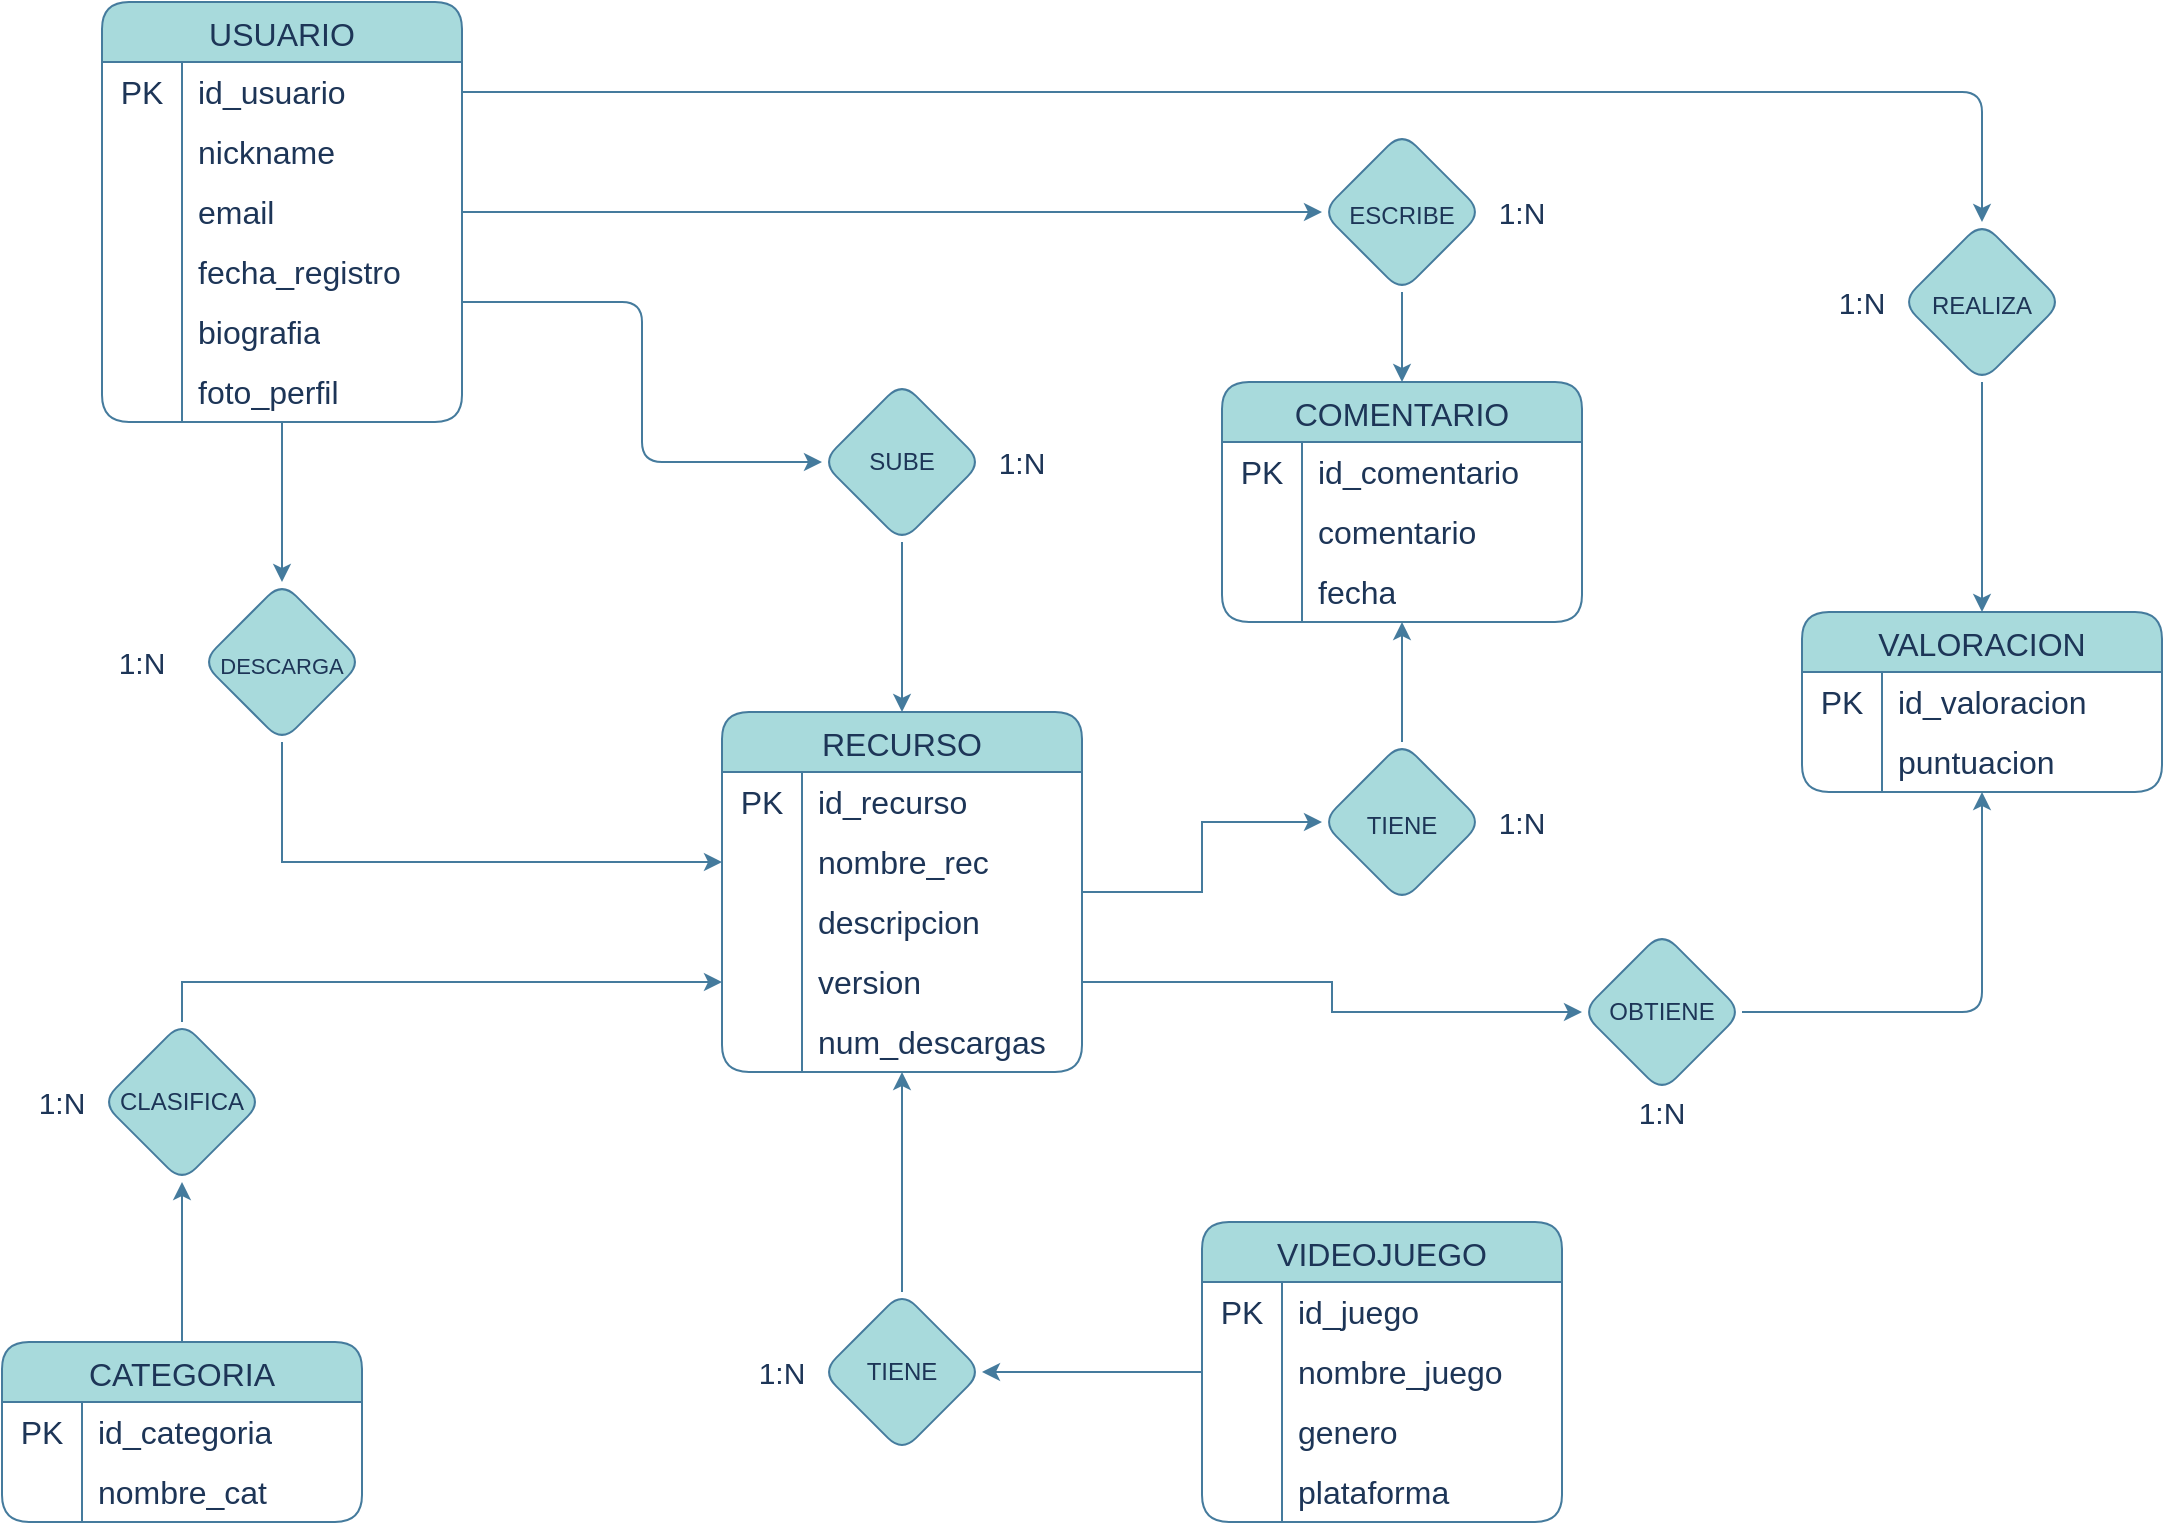
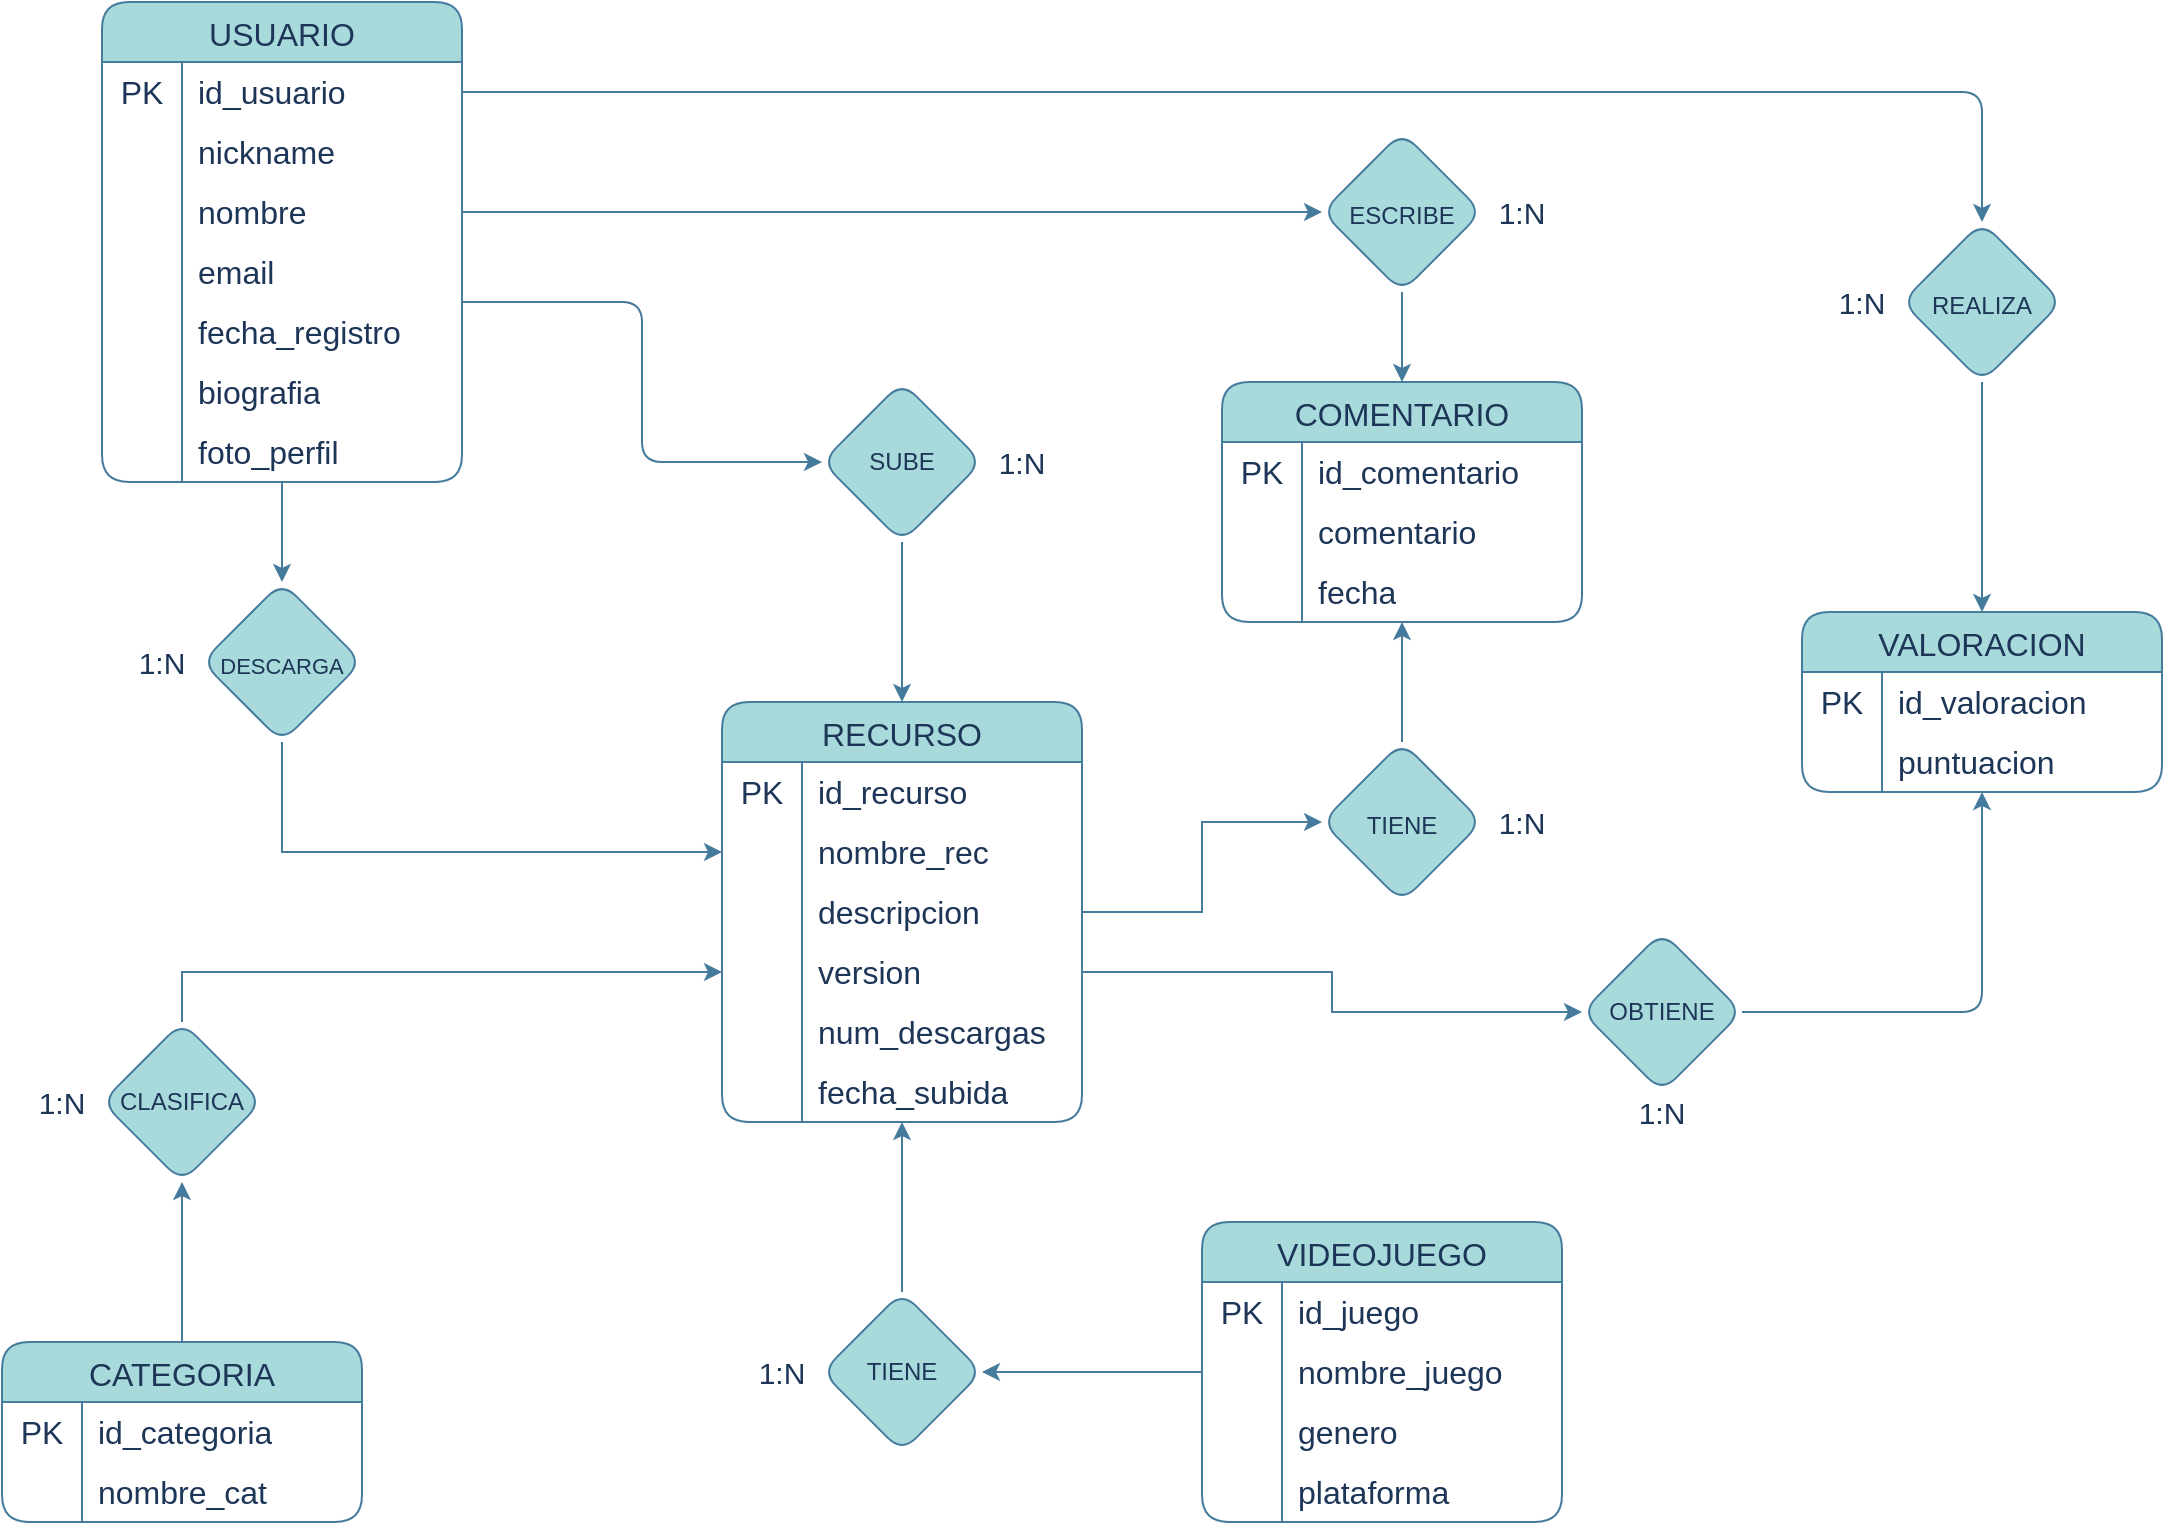
<mxfile host="app.diagrams.net">
  <diagram name="Página-1" id="9a6q3LWTS3DBxyCVmeDB">
-     <mxGraphModel dx="1414" dy="811" grid="1" gridSize="10" guides="1" tooltips="1" connect="1" arrows="1" fold="1" page="1" pageScale="1" pageWidth="200" pageHeight="200" background="#FFFFFF" math="0" shadow="0">
+     <mxGraphModel dx="1414" dy="777" grid="1" gridSize="10" guides="1" tooltips="1" connect="1" arrows="1" fold="1" page="1" pageScale="1" pageWidth="200" pageHeight="200" background="#FFFFFF" math="0" shadow="0">
      <root>
        <mxCell id="0" />
        <mxCell id="1" parent="0" />
        <mxCell id="FBgO6iseP9ge0tZemkm4-217" edge="1" parent="1" source="FBgO6iseP9ge0tZemkm4-5" style="edgeStyle=orthogonalEdgeStyle;rounded=1;orthogonalLoop=1;jettySize=auto;html=1;labelBackgroundColor=none;strokeColor=#457B9D;fontColor=default;" target="FBgO6iseP9ge0tZemkm4-84">
          <mxGeometry relative="1" as="geometry" />
        </mxCell>
        <mxCell id="FBgO6iseP9ge0tZemkm4-5" parent="1" style="rhombus;whiteSpace=wrap;html=1;labelBackgroundColor=none;fillColor=#A8DADC;strokeColor=#457B9D;fontColor=#1D3557;rounded=1;" value="SUBE" vertex="1">
          <mxGeometry height="80" width="80" x="490" y="210" as="geometry" />
        </mxCell>
        <mxCell id="VDJINIl23ddN00WfUO2x-1" edge="1" parent="1" source="FBgO6iseP9ge0tZemkm4-11" style="edgeStyle=orthogonalEdgeStyle;rounded=1;orthogonalLoop=1;jettySize=auto;html=1;labelBackgroundColor=none;strokeColor=#457B9D;fontColor=default;" target="FBgO6iseP9ge0tZemkm4-84">
          <mxGeometry relative="1" as="geometry" />
        </mxCell>
        <mxCell id="FBgO6iseP9ge0tZemkm4-11" parent="1" style="rhombus;whiteSpace=wrap;html=1;labelBackgroundColor=none;fillColor=#A8DADC;strokeColor=#457B9D;fontColor=#1D3557;rounded=1;" value="TIENE" vertex="1">
          <mxGeometry height="80" width="80" x="490" y="665" as="geometry" />
        </mxCell>
        <mxCell id="MxZbsdBwbGWVuQCQ6bTP-13" edge="1" parent="1" source="FBgO6iseP9ge0tZemkm4-15" style="edgeStyle=orthogonalEdgeStyle;rounded=0;orthogonalLoop=1;jettySize=auto;html=1;labelBackgroundColor=none;strokeColor=#457B9D;fontColor=default;" target="FBgO6iseP9ge0tZemkm4-94">
          <mxGeometry relative="1" as="geometry" />
        </mxCell>
        <mxCell id="FBgO6iseP9ge0tZemkm4-15" parent="1" style="rhombus;whiteSpace=wrap;html=1;rounded=1;labelBackgroundColor=none;fillColor=#A8DADC;strokeColor=#457B9D;fontColor=#1D3557;" value="CLASIFICA" vertex="1">
          <mxGeometry height="80" width="80" x="130" y="530" as="geometry" />
        </mxCell>
        <mxCell id="FBgO6iseP9ge0tZemkm4-18" parent="1" style="text;html=1;whiteSpace=wrap;strokeColor=none;fillColor=none;align=center;verticalAlign=middle;rounded=1;labelBackgroundColor=none;fontColor=#1D3557;" value="&lt;font style=&quot;font-size: 15px;&quot;&gt;1:N&lt;/font&gt;" vertex="1">
          <mxGeometry height="30" width="60" x="80" y="555" as="geometry" />
        </mxCell>
        <mxCell id="FBgO6iseP9ge0tZemkm4-216" edge="1" parent="1" source="FBgO6iseP9ge0tZemkm4-34" style="edgeStyle=orthogonalEdgeStyle;rounded=1;orthogonalLoop=1;jettySize=auto;html=1;labelBackgroundColor=none;strokeColor=#457B9D;fontColor=default;" target="FBgO6iseP9ge0tZemkm4-5">
          <mxGeometry relative="1" as="geometry">
            <Array as="points">
              <mxPoint x="400" y="170" />
              <mxPoint x="400" y="250" />
            </Array>
          </mxGeometry>
        </mxCell>
        <mxCell id="MxZbsdBwbGWVuQCQ6bTP-35" edge="1" parent="1" source="FBgO6iseP9ge0tZemkm4-34" style="edgeStyle=orthogonalEdgeStyle;rounded=0;orthogonalLoop=1;jettySize=auto;html=1;strokeColor=#457B9D;fontColor=#1D3557;fillColor=#A8DADC;" target="MxZbsdBwbGWVuQCQ6bTP-34" value="">
          <mxGeometry relative="1" as="geometry" />
        </mxCell>
        <mxCell id="FBgO6iseP9ge0tZemkm4-34" parent="1" style="shape=table;startSize=30;container=1;collapsible=0;childLayout=tableLayout;fixedRows=1;rowLines=0;fontStyle=0;strokeColor=#457B9D;fontSize=16;labelBackgroundColor=none;fillColor=#A8DADC;fontColor=#1D3557;rounded=1;" value="USUARIO" vertex="1">
-           <mxGeometry height="210" width="180" x="130" y="20" as="geometry" />
+           <mxGeometry height="240" width="180" x="130" y="20" as="geometry" />
        </mxCell>
        <mxCell id="FBgO6iseP9ge0tZemkm4-35" parent="FBgO6iseP9ge0tZemkm4-34" style="shape=tableRow;horizontal=0;startSize=0;swimlaneHead=0;swimlaneBody=0;top=0;left=0;bottom=0;right=0;collapsible=0;dropTarget=0;fillColor=none;points=[[0,0.5],[1,0.5]];portConstraint=eastwest;strokeColor=#457B9D;fontSize=16;labelBackgroundColor=none;fontColor=#1D3557;rounded=1;" value="" vertex="1">
          <mxGeometry height="30" width="180" y="30" as="geometry" />
        </mxCell>
        <mxCell id="FBgO6iseP9ge0tZemkm4-36" parent="FBgO6iseP9ge0tZemkm4-35" style="shape=partialRectangle;html=1;whiteSpace=wrap;connectable=0;fillColor=none;top=0;left=0;bottom=0;right=0;overflow=hidden;pointerEvents=1;strokeColor=#457B9D;fontSize=16;labelBackgroundColor=none;fontColor=#1D3557;rounded=1;" value="PK" vertex="1">
          <mxGeometry height="30" width="40" as="geometry">
            <mxRectangle height="30" width="40" as="alternateBounds" />
          </mxGeometry>
        </mxCell>
        <mxCell id="FBgO6iseP9ge0tZemkm4-37" parent="FBgO6iseP9ge0tZemkm4-35" style="shape=partialRectangle;html=1;whiteSpace=wrap;connectable=0;fillColor=none;top=0;left=0;bottom=0;right=0;align=left;spacingLeft=6;overflow=hidden;strokeColor=#457B9D;fontSize=16;labelBackgroundColor=none;fontColor=#1D3557;rounded=1;" value="id_usuario" vertex="1">
          <mxGeometry height="30" width="140" x="40" as="geometry">
            <mxRectangle height="30" width="140" as="alternateBounds" />
          </mxGeometry>
        </mxCell>
        <mxCell id="FBgO6iseP9ge0tZemkm4-38" parent="FBgO6iseP9ge0tZemkm4-34" style="shape=tableRow;horizontal=0;startSize=0;swimlaneHead=0;swimlaneBody=0;top=0;left=0;bottom=0;right=0;collapsible=0;dropTarget=0;fillColor=none;points=[[0,0.5],[1,0.5]];portConstraint=eastwest;strokeColor=#457B9D;fontSize=16;labelBackgroundColor=none;fontColor=#1D3557;rounded=1;" value="" vertex="1">
          <mxGeometry height="30" width="180" y="60" as="geometry" />
        </mxCell>
        <mxCell id="FBgO6iseP9ge0tZemkm4-39" parent="FBgO6iseP9ge0tZemkm4-38" style="shape=partialRectangle;html=1;whiteSpace=wrap;connectable=0;fillColor=none;top=0;left=0;bottom=0;right=0;overflow=hidden;strokeColor=#457B9D;fontSize=16;labelBackgroundColor=none;fontColor=#1D3557;rounded=1;" value="" vertex="1">
          <mxGeometry height="30" width="40" as="geometry">
            <mxRectangle height="30" width="40" as="alternateBounds" />
          </mxGeometry>
        </mxCell>
        <mxCell id="FBgO6iseP9ge0tZemkm4-40" parent="FBgO6iseP9ge0tZemkm4-38" style="shape=partialRectangle;html=1;whiteSpace=wrap;connectable=0;fillColor=none;top=0;left=0;bottom=0;right=0;align=left;spacingLeft=6;overflow=hidden;strokeColor=#457B9D;fontSize=16;labelBackgroundColor=none;fontColor=#1D3557;rounded=1;" value="nickname" vertex="1">
          <mxGeometry height="30" width="140" x="40" as="geometry">
            <mxRectangle height="30" width="140" as="alternateBounds" />
          </mxGeometry>
        </mxCell>
        <mxCell id="FBgO6iseP9ge0tZemkm4-41" parent="FBgO6iseP9ge0tZemkm4-34" style="shape=tableRow;horizontal=0;startSize=0;swimlaneHead=0;swimlaneBody=0;top=0;left=0;bottom=0;right=0;collapsible=0;dropTarget=0;fillColor=none;points=[[0,0.5],[1,0.5]];portConstraint=eastwest;strokeColor=#457B9D;fontSize=16;labelBackgroundColor=none;fontColor=#1D3557;rounded=1;" value="" vertex="1">
          <mxGeometry height="30" width="180" y="90" as="geometry" />
        </mxCell>
        <mxCell id="FBgO6iseP9ge0tZemkm4-42" parent="FBgO6iseP9ge0tZemkm4-41" style="shape=partialRectangle;html=1;whiteSpace=wrap;connectable=0;fillColor=none;top=0;left=0;bottom=0;right=0;overflow=hidden;strokeColor=#457B9D;fontSize=16;labelBackgroundColor=none;fontColor=#1D3557;rounded=1;" value="" vertex="1">
          <mxGeometry height="30" width="40" as="geometry">
            <mxRectangle height="30" width="40" as="alternateBounds" />
          </mxGeometry>
        </mxCell>
-         <mxCell id="FBgO6iseP9ge0tZemkm4-43" parent="FBgO6iseP9ge0tZemkm4-41" style="shape=partialRectangle;html=1;whiteSpace=wrap;connectable=0;fillColor=none;top=0;left=0;bottom=0;right=0;align=left;spacingLeft=6;overflow=hidden;strokeColor=#457B9D;fontSize=16;labelBackgroundColor=none;fontColor=#1D3557;rounded=1;" value="email" vertex="1">
+         <mxCell id="FBgO6iseP9ge0tZemkm4-43" parent="FBgO6iseP9ge0tZemkm4-41" style="shape=partialRectangle;html=1;whiteSpace=wrap;connectable=0;fillColor=none;top=0;left=0;bottom=0;right=0;align=left;spacingLeft=6;overflow=hidden;strokeColor=#457B9D;fontSize=16;labelBackgroundColor=none;fontColor=#1D3557;rounded=1;" value="nombre" vertex="1">
          <mxGeometry height="30" width="140" x="40" as="geometry">
            <mxRectangle height="30" width="140" as="alternateBounds" />
          </mxGeometry>
        </mxCell>
        <mxCell id="FBgO6iseP9ge0tZemkm4-45" parent="FBgO6iseP9ge0tZemkm4-34" style="shape=tableRow;horizontal=0;startSize=0;swimlaneHead=0;swimlaneBody=0;top=0;left=0;bottom=0;right=0;collapsible=0;dropTarget=0;fillColor=none;points=[[0,0.5],[1,0.5]];portConstraint=eastwest;strokeColor=#457B9D;fontSize=16;labelBackgroundColor=none;fontColor=#1D3557;rounded=1;" vertex="1">
          <mxGeometry height="30" width="180" y="120" as="geometry" />
        </mxCell>
        <mxCell id="FBgO6iseP9ge0tZemkm4-46" parent="FBgO6iseP9ge0tZemkm4-45" style="shape=partialRectangle;html=1;whiteSpace=wrap;connectable=0;fillColor=none;top=0;left=0;bottom=0;right=0;overflow=hidden;strokeColor=#457B9D;fontSize=16;labelBackgroundColor=none;fontColor=#1D3557;rounded=1;" vertex="1">
          <mxGeometry height="30" width="40" as="geometry">
            <mxRectangle height="30" width="40" as="alternateBounds" />
          </mxGeometry>
        </mxCell>
-         <mxCell id="FBgO6iseP9ge0tZemkm4-47" parent="FBgO6iseP9ge0tZemkm4-45" style="shape=partialRectangle;html=1;whiteSpace=wrap;connectable=0;fillColor=none;top=0;left=0;bottom=0;right=0;align=left;spacingLeft=6;overflow=hidden;strokeColor=#457B9D;fontSize=16;labelBackgroundColor=none;fontColor=#1D3557;rounded=1;" value="fecha_registro" vertex="1">
+         <mxCell id="FBgO6iseP9ge0tZemkm4-47" parent="FBgO6iseP9ge0tZemkm4-45" style="shape=partialRectangle;html=1;whiteSpace=wrap;connectable=0;fillColor=none;top=0;left=0;bottom=0;right=0;align=left;spacingLeft=6;overflow=hidden;strokeColor=#457B9D;fontSize=16;labelBackgroundColor=none;fontColor=#1D3557;rounded=1;" value="email" vertex="1">
          <mxGeometry height="30" width="140" x="40" as="geometry">
            <mxRectangle height="30" width="140" as="alternateBounds" />
          </mxGeometry>
        </mxCell>
        <mxCell id="MxZbsdBwbGWVuQCQ6bTP-6" parent="FBgO6iseP9ge0tZemkm4-34" style="shape=tableRow;horizontal=0;startSize=0;swimlaneHead=0;swimlaneBody=0;top=0;left=0;bottom=0;right=0;collapsible=0;dropTarget=0;fillColor=none;points=[[0,0.5],[1,0.5]];portConstraint=eastwest;strokeColor=#457B9D;fontSize=16;labelBackgroundColor=none;fontColor=#1D3557;rounded=1;" vertex="1">
          <mxGeometry height="30" width="180" y="150" as="geometry" />
        </mxCell>
        <mxCell id="MxZbsdBwbGWVuQCQ6bTP-7" parent="MxZbsdBwbGWVuQCQ6bTP-6" style="shape=partialRectangle;html=1;whiteSpace=wrap;connectable=0;fillColor=none;top=0;left=0;bottom=0;right=0;overflow=hidden;strokeColor=#457B9D;fontSize=16;labelBackgroundColor=none;fontColor=#1D3557;rounded=1;" vertex="1">
          <mxGeometry height="30" width="40" as="geometry">
            <mxRectangle height="30" width="40" as="alternateBounds" />
          </mxGeometry>
        </mxCell>
-         <mxCell id="MxZbsdBwbGWVuQCQ6bTP-8" parent="MxZbsdBwbGWVuQCQ6bTP-6" style="shape=partialRectangle;html=1;whiteSpace=wrap;connectable=0;fillColor=none;top=0;left=0;bottom=0;right=0;align=left;spacingLeft=6;overflow=hidden;strokeColor=#457B9D;fontSize=16;labelBackgroundColor=none;fontColor=#1D3557;rounded=1;" value="biografia" vertex="1">
+         <mxCell id="MxZbsdBwbGWVuQCQ6bTP-8" parent="MxZbsdBwbGWVuQCQ6bTP-6" style="shape=partialRectangle;html=1;whiteSpace=wrap;connectable=0;fillColor=none;top=0;left=0;bottom=0;right=0;align=left;spacingLeft=6;overflow=hidden;strokeColor=#457B9D;fontSize=16;labelBackgroundColor=none;fontColor=#1D3557;rounded=1;" value="fecha_registro" vertex="1">
          <mxGeometry height="30" width="140" x="40" as="geometry">
            <mxRectangle height="30" width="140" as="alternateBounds" />
          </mxGeometry>
        </mxCell>
        <mxCell id="MxZbsdBwbGWVuQCQ6bTP-9" parent="FBgO6iseP9ge0tZemkm4-34" style="shape=tableRow;horizontal=0;startSize=0;swimlaneHead=0;swimlaneBody=0;top=0;left=0;bottom=0;right=0;collapsible=0;dropTarget=0;fillColor=none;points=[[0,0.5],[1,0.5]];portConstraint=eastwest;strokeColor=#457B9D;fontSize=16;labelBackgroundColor=none;fontColor=#1D3557;rounded=1;" vertex="1">
          <mxGeometry height="30" width="180" y="180" as="geometry" />
        </mxCell>
        <mxCell id="MxZbsdBwbGWVuQCQ6bTP-10" parent="MxZbsdBwbGWVuQCQ6bTP-9" style="shape=partialRectangle;html=1;whiteSpace=wrap;connectable=0;fillColor=none;top=0;left=0;bottom=0;right=0;overflow=hidden;strokeColor=#457B9D;fontSize=16;labelBackgroundColor=none;fontColor=#1D3557;rounded=1;" vertex="1">
          <mxGeometry height="30" width="40" as="geometry">
            <mxRectangle height="30" width="40" as="alternateBounds" />
          </mxGeometry>
        </mxCell>
-         <mxCell id="MxZbsdBwbGWVuQCQ6bTP-11" parent="MxZbsdBwbGWVuQCQ6bTP-9" style="shape=partialRectangle;html=1;whiteSpace=wrap;connectable=0;fillColor=none;top=0;left=0;bottom=0;right=0;align=left;spacingLeft=6;overflow=hidden;strokeColor=#457B9D;fontSize=16;labelBackgroundColor=none;fontColor=#1D3557;rounded=1;" value="foto_perfil" vertex="1">
+         <mxCell id="MxZbsdBwbGWVuQCQ6bTP-11" parent="MxZbsdBwbGWVuQCQ6bTP-9" style="shape=partialRectangle;html=1;whiteSpace=wrap;connectable=0;fillColor=none;top=0;left=0;bottom=0;right=0;align=left;spacingLeft=6;overflow=hidden;strokeColor=#457B9D;fontSize=16;labelBackgroundColor=none;fontColor=#1D3557;rounded=1;" value="biografia" vertex="1">
+           <mxGeometry height="30" width="140" x="40" as="geometry">
+             <mxRectangle height="30" width="140" as="alternateBounds" />
+           </mxGeometry>
+         </mxCell>
+         <mxCell id="xNEV8XNB03JcBircDS2--4" parent="FBgO6iseP9ge0tZemkm4-34" style="shape=tableRow;horizontal=0;startSize=0;swimlaneHead=0;swimlaneBody=0;top=0;left=0;bottom=0;right=0;collapsible=0;dropTarget=0;fillColor=none;points=[[0,0.5],[1,0.5]];portConstraint=eastwest;strokeColor=#457B9D;fontSize=16;labelBackgroundColor=none;fontColor=#1D3557;rounded=1;" vertex="1">
+           <mxGeometry height="30" width="180" y="210" as="geometry" />
+         </mxCell>
+         <mxCell id="xNEV8XNB03JcBircDS2--5" parent="xNEV8XNB03JcBircDS2--4" style="shape=partialRectangle;html=1;whiteSpace=wrap;connectable=0;fillColor=none;top=0;left=0;bottom=0;right=0;overflow=hidden;strokeColor=#457B9D;fontSize=16;labelBackgroundColor=none;fontColor=#1D3557;rounded=1;" vertex="1">
+           <mxGeometry height="30" width="40" as="geometry">
+             <mxRectangle height="30" width="40" as="alternateBounds" />
+           </mxGeometry>
+         </mxCell>
+         <mxCell id="xNEV8XNB03JcBircDS2--6" parent="xNEV8XNB03JcBircDS2--4" style="shape=partialRectangle;html=1;whiteSpace=wrap;connectable=0;fillColor=none;top=0;left=0;bottom=0;right=0;align=left;spacingLeft=6;overflow=hidden;strokeColor=#457B9D;fontSize=16;labelBackgroundColor=none;fontColor=#1D3557;rounded=1;" value="foto_perfil" vertex="1">
          <mxGeometry height="30" width="140" x="40" as="geometry">
            <mxRectangle height="30" width="140" as="alternateBounds" />
          </mxGeometry>
        </mxCell>
        <mxCell id="FBgO6iseP9ge0tZemkm4-219" edge="1" parent="1" source="FBgO6iseP9ge0tZemkm4-48" style="edgeStyle=orthogonalEdgeStyle;rounded=1;orthogonalLoop=1;jettySize=auto;html=1;labelBackgroundColor=none;strokeColor=#457B9D;fontColor=default;" target="FBgO6iseP9ge0tZemkm4-11">
          <mxGeometry relative="1" as="geometry" />
        </mxCell>
        <mxCell id="FBgO6iseP9ge0tZemkm4-48" parent="1" style="shape=table;startSize=30;container=1;collapsible=0;childLayout=tableLayout;fixedRows=1;rowLines=0;fontStyle=0;strokeColor=#457B9D;fontSize=16;labelBackgroundColor=none;fillColor=#A8DADC;fontColor=#1D3557;rounded=1;" value="VIDEOJUEGO" vertex="1">
          <mxGeometry height="150" width="180" x="680" y="630" as="geometry" />
        </mxCell>
        <mxCell id="FBgO6iseP9ge0tZemkm4-49" parent="FBgO6iseP9ge0tZemkm4-48" style="shape=tableRow;horizontal=0;startSize=0;swimlaneHead=0;swimlaneBody=0;top=0;left=0;bottom=0;right=0;collapsible=0;dropTarget=0;fillColor=none;points=[[0,0.5],[1,0.5]];portConstraint=eastwest;strokeColor=#457B9D;fontSize=16;labelBackgroundColor=none;fontColor=#1D3557;rounded=1;" value="" vertex="1">
          <mxGeometry height="30" width="180" y="30" as="geometry" />
        </mxCell>
        <mxCell id="FBgO6iseP9ge0tZemkm4-50" parent="FBgO6iseP9ge0tZemkm4-49" style="shape=partialRectangle;html=1;whiteSpace=wrap;connectable=0;fillColor=none;top=0;left=0;bottom=0;right=0;overflow=hidden;pointerEvents=1;strokeColor=#457B9D;fontSize=16;labelBackgroundColor=none;fontColor=#1D3557;rounded=1;" value="PK" vertex="1">
          <mxGeometry height="30" width="40" as="geometry">
            <mxRectangle height="30" width="40" as="alternateBounds" />
          </mxGeometry>
        </mxCell>
        <mxCell id="FBgO6iseP9ge0tZemkm4-51" parent="FBgO6iseP9ge0tZemkm4-49" style="shape=partialRectangle;html=1;whiteSpace=wrap;connectable=0;fillColor=none;top=0;left=0;bottom=0;right=0;align=left;spacingLeft=6;overflow=hidden;strokeColor=#457B9D;fontSize=16;labelBackgroundColor=none;fontColor=#1D3557;rounded=1;" value="id_juego" vertex="1">
          <mxGeometry height="30" width="140" x="40" as="geometry">
            <mxRectangle height="30" width="140" as="alternateBounds" />
          </mxGeometry>
        </mxCell>
        <mxCell id="FBgO6iseP9ge0tZemkm4-52" parent="FBgO6iseP9ge0tZemkm4-48" style="shape=tableRow;horizontal=0;startSize=0;swimlaneHead=0;swimlaneBody=0;top=0;left=0;bottom=0;right=0;collapsible=0;dropTarget=0;fillColor=none;points=[[0,0.5],[1,0.5]];portConstraint=eastwest;strokeColor=#457B9D;fontSize=16;labelBackgroundColor=none;fontColor=#1D3557;rounded=1;" value="" vertex="1">
          <mxGeometry height="30" width="180" y="60" as="geometry" />
        </mxCell>
        <mxCell id="FBgO6iseP9ge0tZemkm4-53" parent="FBgO6iseP9ge0tZemkm4-52" style="shape=partialRectangle;html=1;whiteSpace=wrap;connectable=0;fillColor=none;top=0;left=0;bottom=0;right=0;overflow=hidden;strokeColor=#457B9D;fontSize=16;labelBackgroundColor=none;fontColor=#1D3557;rounded=1;" value="" vertex="1">
          <mxGeometry height="30" width="40" as="geometry">
            <mxRectangle height="30" width="40" as="alternateBounds" />
          </mxGeometry>
        </mxCell>
        <mxCell id="FBgO6iseP9ge0tZemkm4-54" parent="FBgO6iseP9ge0tZemkm4-52" style="shape=partialRectangle;html=1;whiteSpace=wrap;connectable=0;fillColor=none;top=0;left=0;bottom=0;right=0;align=left;spacingLeft=6;overflow=hidden;strokeColor=#457B9D;fontSize=16;labelBackgroundColor=none;fontColor=#1D3557;rounded=1;" value="nombre_juego" vertex="1">
          <mxGeometry height="30" width="140" x="40" as="geometry">
            <mxRectangle height="30" width="140" as="alternateBounds" />
          </mxGeometry>
        </mxCell>
        <mxCell id="FBgO6iseP9ge0tZemkm4-55" parent="FBgO6iseP9ge0tZemkm4-48" style="shape=tableRow;horizontal=0;startSize=0;swimlaneHead=0;swimlaneBody=0;top=0;left=0;bottom=0;right=0;collapsible=0;dropTarget=0;fillColor=none;points=[[0,0.5],[1,0.5]];portConstraint=eastwest;strokeColor=#457B9D;fontSize=16;labelBackgroundColor=none;fontColor=#1D3557;rounded=1;" value="" vertex="1">
          <mxGeometry height="30" width="180" y="90" as="geometry" />
        </mxCell>
        <mxCell id="FBgO6iseP9ge0tZemkm4-56" parent="FBgO6iseP9ge0tZemkm4-55" style="shape=partialRectangle;html=1;whiteSpace=wrap;connectable=0;fillColor=none;top=0;left=0;bottom=0;right=0;overflow=hidden;strokeColor=#457B9D;fontSize=16;labelBackgroundColor=none;fontColor=#1D3557;rounded=1;" value="" vertex="1">
          <mxGeometry height="30" width="40" as="geometry">
            <mxRectangle height="30" width="40" as="alternateBounds" />
          </mxGeometry>
        </mxCell>
        <mxCell id="FBgO6iseP9ge0tZemkm4-57" parent="FBgO6iseP9ge0tZemkm4-55" style="shape=partialRectangle;html=1;whiteSpace=wrap;connectable=0;fillColor=none;top=0;left=0;bottom=0;right=0;align=left;spacingLeft=6;overflow=hidden;strokeColor=#457B9D;fontSize=16;labelBackgroundColor=none;fontColor=#1D3557;rounded=1;" value="genero" vertex="1">
          <mxGeometry height="30" width="140" x="40" as="geometry">
            <mxRectangle height="30" width="140" as="alternateBounds" />
          </mxGeometry>
        </mxCell>
        <mxCell id="FBgO6iseP9ge0tZemkm4-58" parent="FBgO6iseP9ge0tZemkm4-48" style="shape=tableRow;horizontal=0;startSize=0;swimlaneHead=0;swimlaneBody=0;top=0;left=0;bottom=0;right=0;collapsible=0;dropTarget=0;fillColor=none;points=[[0,0.5],[1,0.5]];portConstraint=eastwest;strokeColor=#457B9D;fontSize=16;labelBackgroundColor=none;fontColor=#1D3557;rounded=1;" vertex="1">
          <mxGeometry height="30" width="180" y="120" as="geometry" />
        </mxCell>
        <mxCell id="FBgO6iseP9ge0tZemkm4-59" parent="FBgO6iseP9ge0tZemkm4-58" style="shape=partialRectangle;html=1;whiteSpace=wrap;connectable=0;fillColor=none;top=0;left=0;bottom=0;right=0;overflow=hidden;strokeColor=#457B9D;fontSize=16;labelBackgroundColor=none;fontColor=#1D3557;rounded=1;" vertex="1">
          <mxGeometry height="30" width="40" as="geometry">
            <mxRectangle height="30" width="40" as="alternateBounds" />
          </mxGeometry>
        </mxCell>
        <mxCell id="FBgO6iseP9ge0tZemkm4-60" parent="FBgO6iseP9ge0tZemkm4-58" style="shape=partialRectangle;html=1;whiteSpace=wrap;connectable=0;fillColor=none;top=0;left=0;bottom=0;right=0;align=left;spacingLeft=6;overflow=hidden;strokeColor=#457B9D;fontSize=16;labelBackgroundColor=none;fontColor=#1D3557;rounded=1;" value="plataforma" vertex="1">
          <mxGeometry height="30" width="140" x="40" as="geometry">
            <mxRectangle height="30" width="140" as="alternateBounds" />
          </mxGeometry>
        </mxCell>
        <mxCell id="FBgO6iseP9ge0tZemkm4-110" edge="1" parent="1" source="FBgO6iseP9ge0tZemkm4-62" style="edgeStyle=orthogonalEdgeStyle;rounded=1;orthogonalLoop=1;jettySize=auto;html=1;labelBackgroundColor=none;strokeColor=#457B9D;fontColor=default;" target="FBgO6iseP9ge0tZemkm4-15">
          <mxGeometry relative="1" as="geometry" />
        </mxCell>
        <mxCell id="FBgO6iseP9ge0tZemkm4-62" parent="1" style="shape=table;startSize=30;container=1;collapsible=0;childLayout=tableLayout;fixedRows=1;rowLines=0;fontStyle=0;strokeColor=#457B9D;fontSize=16;labelBackgroundColor=none;fillColor=#A8DADC;fontColor=#1D3557;rounded=1;" value="CATEGORIA" vertex="1">
          <mxGeometry height="90" width="180" x="80" y="690" as="geometry" />
        </mxCell>
        <mxCell id="FBgO6iseP9ge0tZemkm4-63" parent="FBgO6iseP9ge0tZemkm4-62" style="shape=tableRow;horizontal=0;startSize=0;swimlaneHead=0;swimlaneBody=0;top=0;left=0;bottom=0;right=0;collapsible=0;dropTarget=0;fillColor=none;points=[[0,0.5],[1,0.5]];portConstraint=eastwest;strokeColor=#457B9D;fontSize=16;labelBackgroundColor=none;fontColor=#1D3557;rounded=1;" value="" vertex="1">
          <mxGeometry height="30" width="180" y="30" as="geometry" />
        </mxCell>
        <mxCell id="FBgO6iseP9ge0tZemkm4-64" parent="FBgO6iseP9ge0tZemkm4-63" style="shape=partialRectangle;html=1;whiteSpace=wrap;connectable=0;fillColor=none;top=0;left=0;bottom=0;right=0;overflow=hidden;pointerEvents=1;strokeColor=#457B9D;fontSize=16;labelBackgroundColor=none;fontColor=#1D3557;rounded=1;" value="PK" vertex="1">
          <mxGeometry height="30" width="40" as="geometry">
            <mxRectangle height="30" width="40" as="alternateBounds" />
          </mxGeometry>
        </mxCell>
        <mxCell id="FBgO6iseP9ge0tZemkm4-65" parent="FBgO6iseP9ge0tZemkm4-63" style="shape=partialRectangle;html=1;whiteSpace=wrap;connectable=0;fillColor=none;top=0;left=0;bottom=0;right=0;align=left;spacingLeft=6;overflow=hidden;strokeColor=#457B9D;fontSize=16;labelBackgroundColor=none;fontColor=#1D3557;rounded=1;" value="id_categoria" vertex="1">
          <mxGeometry height="30" width="140" x="40" as="geometry">
            <mxRectangle height="30" width="140" as="alternateBounds" />
          </mxGeometry>
        </mxCell>
        <mxCell id="FBgO6iseP9ge0tZemkm4-66" parent="FBgO6iseP9ge0tZemkm4-62" style="shape=tableRow;horizontal=0;startSize=0;swimlaneHead=0;swimlaneBody=0;top=0;left=0;bottom=0;right=0;collapsible=0;dropTarget=0;fillColor=none;points=[[0,0.5],[1,0.5]];portConstraint=eastwest;strokeColor=#457B9D;fontSize=16;labelBackgroundColor=none;fontColor=#1D3557;rounded=1;" value="" vertex="1">
          <mxGeometry height="30" width="180" y="60" as="geometry" />
        </mxCell>
        <mxCell id="FBgO6iseP9ge0tZemkm4-67" parent="FBgO6iseP9ge0tZemkm4-66" style="shape=partialRectangle;html=1;whiteSpace=wrap;connectable=0;fillColor=none;top=0;left=0;bottom=0;right=0;overflow=hidden;strokeColor=#457B9D;fontSize=16;labelBackgroundColor=none;fontColor=#1D3557;rounded=1;" value="" vertex="1">
          <mxGeometry height="30" width="40" as="geometry">
            <mxRectangle height="30" width="40" as="alternateBounds" />
          </mxGeometry>
        </mxCell>
        <mxCell id="FBgO6iseP9ge0tZemkm4-68" parent="FBgO6iseP9ge0tZemkm4-66" style="shape=partialRectangle;html=1;whiteSpace=wrap;connectable=0;fillColor=none;top=0;left=0;bottom=0;right=0;align=left;spacingLeft=6;overflow=hidden;strokeColor=#457B9D;fontSize=16;labelBackgroundColor=none;fontColor=#1D3557;rounded=1;" value="nombre_cat" vertex="1">
          <mxGeometry height="30" width="140" x="40" as="geometry">
            <mxRectangle height="30" width="140" as="alternateBounds" />
          </mxGeometry>
        </mxCell>
        <mxCell id="MxZbsdBwbGWVuQCQ6bTP-26" edge="1" parent="1" source="FBgO6iseP9ge0tZemkm4-84" style="edgeStyle=orthogonalEdgeStyle;rounded=0;orthogonalLoop=1;jettySize=auto;html=1;strokeColor=#457B9D;fontColor=#1D3557;fillColor=#A8DADC;" target="VDJINIl23ddN00WfUO2x-2">
          <mxGeometry relative="1" as="geometry" />
        </mxCell>
        <mxCell id="FBgO6iseP9ge0tZemkm4-84" parent="1" style="shape=table;startSize=30;container=1;collapsible=0;childLayout=tableLayout;fixedRows=1;rowLines=0;fontStyle=0;strokeColor=#457B9D;fontSize=16;labelBackgroundColor=none;fillColor=#A8DADC;fontColor=#1D3557;rounded=1;" value="RECURSO" vertex="1">
-           <mxGeometry height="180" width="180" x="440" y="375" as="geometry" />
+           <mxGeometry height="210" width="180" x="440" y="370" as="geometry" />
        </mxCell>
        <mxCell id="FBgO6iseP9ge0tZemkm4-85" parent="FBgO6iseP9ge0tZemkm4-84" style="shape=tableRow;horizontal=0;startSize=0;swimlaneHead=0;swimlaneBody=0;top=0;left=0;bottom=0;right=0;collapsible=0;dropTarget=0;fillColor=none;points=[[0,0.5],[1,0.5]];portConstraint=eastwest;strokeColor=#457B9D;fontSize=16;labelBackgroundColor=none;fontColor=#1D3557;rounded=1;" value="" vertex="1">
          <mxGeometry height="30" width="180" y="30" as="geometry" />
        </mxCell>
        <mxCell id="FBgO6iseP9ge0tZemkm4-86" parent="FBgO6iseP9ge0tZemkm4-85" style="shape=partialRectangle;html=1;whiteSpace=wrap;connectable=0;fillColor=none;top=0;left=0;bottom=0;right=0;overflow=hidden;pointerEvents=1;strokeColor=#457B9D;fontSize=16;labelBackgroundColor=none;fontColor=#1D3557;rounded=1;" value="PK" vertex="1">
          <mxGeometry height="30" width="40" as="geometry">
            <mxRectangle height="30" width="40" as="alternateBounds" />
          </mxGeometry>
        </mxCell>
        <mxCell id="FBgO6iseP9ge0tZemkm4-87" parent="FBgO6iseP9ge0tZemkm4-85" style="shape=partialRectangle;html=1;whiteSpace=wrap;connectable=0;fillColor=none;top=0;left=0;bottom=0;right=0;align=left;spacingLeft=6;overflow=hidden;strokeColor=#457B9D;fontSize=16;labelBackgroundColor=none;fontColor=#1D3557;rounded=1;" value="id_recurso" vertex="1">
          <mxGeometry height="30" width="140" x="40" as="geometry">
            <mxRectangle height="30" width="140" as="alternateBounds" />
          </mxGeometry>
        </mxCell>
        <mxCell id="FBgO6iseP9ge0tZemkm4-88" parent="FBgO6iseP9ge0tZemkm4-84" style="shape=tableRow;horizontal=0;startSize=0;swimlaneHead=0;swimlaneBody=0;top=0;left=0;bottom=0;right=0;collapsible=0;dropTarget=0;fillColor=none;points=[[0,0.5],[1,0.5]];portConstraint=eastwest;strokeColor=#457B9D;fontSize=16;labelBackgroundColor=none;fontColor=#1D3557;rounded=1;" value="" vertex="1">
          <mxGeometry height="30" width="180" y="60" as="geometry" />
        </mxCell>
        <mxCell id="FBgO6iseP9ge0tZemkm4-89" parent="FBgO6iseP9ge0tZemkm4-88" style="shape=partialRectangle;html=1;whiteSpace=wrap;connectable=0;fillColor=none;top=0;left=0;bottom=0;right=0;overflow=hidden;strokeColor=#457B9D;fontSize=16;labelBackgroundColor=none;fontColor=#1D3557;rounded=1;" value="" vertex="1">
          <mxGeometry height="30" width="40" as="geometry">
            <mxRectangle height="30" width="40" as="alternateBounds" />
          </mxGeometry>
        </mxCell>
        <mxCell id="FBgO6iseP9ge0tZemkm4-90" parent="FBgO6iseP9ge0tZemkm4-88" style="shape=partialRectangle;html=1;whiteSpace=wrap;connectable=0;fillColor=none;top=0;left=0;bottom=0;right=0;align=left;spacingLeft=6;overflow=hidden;strokeColor=#457B9D;fontSize=16;labelBackgroundColor=none;fontColor=#1D3557;rounded=1;" value="nombre_rec" vertex="1">
          <mxGeometry height="30" width="140" x="40" as="geometry">
            <mxRectangle height="30" width="140" as="alternateBounds" />
          </mxGeometry>
        </mxCell>
        <mxCell id="FBgO6iseP9ge0tZemkm4-91" parent="FBgO6iseP9ge0tZemkm4-84" style="shape=tableRow;horizontal=0;startSize=0;swimlaneHead=0;swimlaneBody=0;top=0;left=0;bottom=0;right=0;collapsible=0;dropTarget=0;fillColor=none;points=[[0,0.5],[1,0.5]];portConstraint=eastwest;strokeColor=#457B9D;fontSize=16;labelBackgroundColor=none;fontColor=#1D3557;rounded=1;" value="" vertex="1">
          <mxGeometry height="30" width="180" y="90" as="geometry" />
        </mxCell>
        <mxCell id="FBgO6iseP9ge0tZemkm4-92" parent="FBgO6iseP9ge0tZemkm4-91" style="shape=partialRectangle;html=1;whiteSpace=wrap;connectable=0;fillColor=none;top=0;left=0;bottom=0;right=0;overflow=hidden;strokeColor=#457B9D;fontSize=16;labelBackgroundColor=none;fontColor=#1D3557;rounded=1;" value="" vertex="1">
          <mxGeometry height="30" width="40" as="geometry">
            <mxRectangle height="30" width="40" as="alternateBounds" />
          </mxGeometry>
        </mxCell>
        <mxCell id="FBgO6iseP9ge0tZemkm4-93" parent="FBgO6iseP9ge0tZemkm4-91" style="shape=partialRectangle;html=1;whiteSpace=wrap;connectable=0;fillColor=none;top=0;left=0;bottom=0;right=0;align=left;spacingLeft=6;overflow=hidden;strokeColor=#457B9D;fontSize=16;labelBackgroundColor=none;fontColor=#1D3557;rounded=1;" value="descripcion" vertex="1">
          <mxGeometry height="30" width="140" x="40" as="geometry">
            <mxRectangle height="30" width="140" as="alternateBounds" />
          </mxGeometry>
        </mxCell>
        <mxCell id="FBgO6iseP9ge0tZemkm4-94" parent="FBgO6iseP9ge0tZemkm4-84" style="shape=tableRow;horizontal=0;startSize=0;swimlaneHead=0;swimlaneBody=0;top=0;left=0;bottom=0;right=0;collapsible=0;dropTarget=0;fillColor=none;points=[[0,0.5],[1,0.5]];portConstraint=eastwest;strokeColor=#457B9D;fontSize=16;labelBackgroundColor=none;fontColor=#1D3557;rounded=1;" vertex="1">
          <mxGeometry height="30" width="180" y="120" as="geometry" />
        </mxCell>
        <mxCell id="FBgO6iseP9ge0tZemkm4-95" parent="FBgO6iseP9ge0tZemkm4-94" style="shape=partialRectangle;html=1;whiteSpace=wrap;connectable=0;fillColor=none;top=0;left=0;bottom=0;right=0;overflow=hidden;strokeColor=#457B9D;fontSize=16;labelBackgroundColor=none;fontColor=#1D3557;rounded=1;" vertex="1">
          <mxGeometry height="30" width="40" as="geometry">
            <mxRectangle height="30" width="40" as="alternateBounds" />
          </mxGeometry>
        </mxCell>
        <mxCell id="FBgO6iseP9ge0tZemkm4-96" parent="FBgO6iseP9ge0tZemkm4-94" style="shape=partialRectangle;html=1;whiteSpace=wrap;connectable=0;fillColor=none;top=0;left=0;bottom=0;right=0;align=left;spacingLeft=6;overflow=hidden;strokeColor=#457B9D;fontSize=16;labelBackgroundColor=none;fontColor=#1D3557;rounded=1;" value="version" vertex="1">
          <mxGeometry height="30" width="140" x="40" as="geometry">
            <mxRectangle height="30" width="140" as="alternateBounds" />
          </mxGeometry>
        </mxCell>
        <mxCell id="FBgO6iseP9ge0tZemkm4-97" parent="FBgO6iseP9ge0tZemkm4-84" style="shape=tableRow;horizontal=0;startSize=0;swimlaneHead=0;swimlaneBody=0;top=0;left=0;bottom=0;right=0;collapsible=0;dropTarget=0;fillColor=none;points=[[0,0.5],[1,0.5]];portConstraint=eastwest;strokeColor=#457B9D;fontSize=16;labelBackgroundColor=none;fontColor=#1D3557;rounded=1;" vertex="1">
          <mxGeometry height="30" width="180" y="150" as="geometry" />
        </mxCell>
        <mxCell id="FBgO6iseP9ge0tZemkm4-98" parent="FBgO6iseP9ge0tZemkm4-97" style="shape=partialRectangle;html=1;whiteSpace=wrap;connectable=0;fillColor=none;top=0;left=0;bottom=0;right=0;overflow=hidden;strokeColor=#457B9D;fontSize=16;labelBackgroundColor=none;fontColor=#1D3557;rounded=1;" vertex="1">
          <mxGeometry height="30" width="40" as="geometry">
            <mxRectangle height="30" width="40" as="alternateBounds" />
          </mxGeometry>
        </mxCell>
        <mxCell id="FBgO6iseP9ge0tZemkm4-99" parent="FBgO6iseP9ge0tZemkm4-97" style="shape=partialRectangle;html=1;whiteSpace=wrap;connectable=0;fillColor=none;top=0;left=0;bottom=0;right=0;align=left;spacingLeft=6;overflow=hidden;strokeColor=#457B9D;fontSize=16;labelBackgroundColor=none;fontColor=#1D3557;rounded=1;" value="num_descargas" vertex="1">
          <mxGeometry height="30" width="140" x="40" as="geometry">
            <mxRectangle height="30" width="140" as="alternateBounds" />
          </mxGeometry>
        </mxCell>
+         <mxCell id="xNEV8XNB03JcBircDS2--1" parent="FBgO6iseP9ge0tZemkm4-84" style="shape=tableRow;horizontal=0;startSize=0;swimlaneHead=0;swimlaneBody=0;top=0;left=0;bottom=0;right=0;collapsible=0;dropTarget=0;fillColor=none;points=[[0,0.5],[1,0.5]];portConstraint=eastwest;strokeColor=#457B9D;fontSize=16;labelBackgroundColor=none;fontColor=#1D3557;rounded=1;" vertex="1">
+           <mxGeometry height="30" width="180" y="180" as="geometry" />
+         </mxCell>
+         <mxCell id="xNEV8XNB03JcBircDS2--2" parent="xNEV8XNB03JcBircDS2--1" style="shape=partialRectangle;html=1;whiteSpace=wrap;connectable=0;fillColor=none;top=0;left=0;bottom=0;right=0;overflow=hidden;strokeColor=#457B9D;fontSize=16;labelBackgroundColor=none;fontColor=#1D3557;rounded=1;" vertex="1">
+           <mxGeometry height="30" width="40" as="geometry">
+             <mxRectangle height="30" width="40" as="alternateBounds" />
+           </mxGeometry>
+         </mxCell>
+         <mxCell id="xNEV8XNB03JcBircDS2--3" parent="xNEV8XNB03JcBircDS2--1" style="shape=partialRectangle;html=1;whiteSpace=wrap;connectable=0;fillColor=none;top=0;left=0;bottom=0;right=0;align=left;spacingLeft=6;overflow=hidden;strokeColor=#457B9D;fontSize=16;labelBackgroundColor=none;fontColor=#1D3557;rounded=1;" value="fecha_subida" vertex="1">
+           <mxGeometry height="30" width="140" x="40" as="geometry">
+             <mxRectangle height="30" width="140" as="alternateBounds" />
+           </mxGeometry>
+         </mxCell>
        <mxCell id="FBgO6iseP9ge0tZemkm4-114" parent="1" style="shape=table;startSize=30;container=1;collapsible=0;childLayout=tableLayout;fixedRows=1;rowLines=0;fontStyle=0;strokeColor=#457B9D;fontSize=16;labelBackgroundColor=none;fillColor=#A8DADC;fontColor=#1D3557;rounded=1;" value="COMENTARIO" vertex="1">
          <mxGeometry height="120" width="180" x="690" y="210" as="geometry" />
        </mxCell>
        <mxCell id="FBgO6iseP9ge0tZemkm4-115" parent="FBgO6iseP9ge0tZemkm4-114" style="shape=tableRow;horizontal=0;startSize=0;swimlaneHead=0;swimlaneBody=0;top=0;left=0;bottom=0;right=0;collapsible=0;dropTarget=0;fillColor=none;points=[[0,0.5],[1,0.5]];portConstraint=eastwest;strokeColor=#457B9D;fontSize=16;labelBackgroundColor=none;fontColor=#1D3557;rounded=1;" value="" vertex="1">
          <mxGeometry height="30" width="180" y="30" as="geometry" />
        </mxCell>
        <mxCell id="FBgO6iseP9ge0tZemkm4-116" parent="FBgO6iseP9ge0tZemkm4-115" style="shape=partialRectangle;html=1;whiteSpace=wrap;connectable=0;fillColor=none;top=0;left=0;bottom=0;right=0;overflow=hidden;pointerEvents=1;strokeColor=#457B9D;fontSize=16;labelBackgroundColor=none;fontColor=#1D3557;rounded=1;" value="PK" vertex="1">
          <mxGeometry height="30" width="40" as="geometry">
            <mxRectangle height="30" width="40" as="alternateBounds" />
          </mxGeometry>
        </mxCell>
        <mxCell id="FBgO6iseP9ge0tZemkm4-117" parent="FBgO6iseP9ge0tZemkm4-115" style="shape=partialRectangle;html=1;whiteSpace=wrap;connectable=0;fillColor=none;top=0;left=0;bottom=0;right=0;align=left;spacingLeft=6;overflow=hidden;strokeColor=#457B9D;fontSize=16;labelBackgroundColor=none;fontColor=#1D3557;rounded=1;" value="id_comentario" vertex="1">
          <mxGeometry height="30" width="140" x="40" as="geometry">
            <mxRectangle height="30" width="140" as="alternateBounds" />
          </mxGeometry>
        </mxCell>
        <mxCell id="FBgO6iseP9ge0tZemkm4-118" parent="FBgO6iseP9ge0tZemkm4-114" style="shape=tableRow;horizontal=0;startSize=0;swimlaneHead=0;swimlaneBody=0;top=0;left=0;bottom=0;right=0;collapsible=0;dropTarget=0;fillColor=none;points=[[0,0.5],[1,0.5]];portConstraint=eastwest;strokeColor=#457B9D;fontSize=16;labelBackgroundColor=none;fontColor=#1D3557;rounded=1;" value="" vertex="1">
          <mxGeometry height="30" width="180" y="60" as="geometry" />
        </mxCell>
        <mxCell id="FBgO6iseP9ge0tZemkm4-119" parent="FBgO6iseP9ge0tZemkm4-118" style="shape=partialRectangle;html=1;whiteSpace=wrap;connectable=0;fillColor=none;top=0;left=0;bottom=0;right=0;overflow=hidden;strokeColor=#457B9D;fontSize=16;labelBackgroundColor=none;fontColor=#1D3557;rounded=1;" value="" vertex="1">
          <mxGeometry height="30" width="40" as="geometry">
            <mxRectangle height="30" width="40" as="alternateBounds" />
          </mxGeometry>
        </mxCell>
        <mxCell id="FBgO6iseP9ge0tZemkm4-120" parent="FBgO6iseP9ge0tZemkm4-118" style="shape=partialRectangle;html=1;whiteSpace=wrap;connectable=0;fillColor=none;top=0;left=0;bottom=0;right=0;align=left;spacingLeft=6;overflow=hidden;strokeColor=#457B9D;fontSize=16;labelBackgroundColor=none;fontColor=#1D3557;rounded=1;" value="comentario" vertex="1">
          <mxGeometry height="30" width="140" x="40" as="geometry">
            <mxRectangle height="30" width="140" as="alternateBounds" />
          </mxGeometry>
        </mxCell>
        <mxCell id="VDJINIl23ddN00WfUO2x-13" parent="FBgO6iseP9ge0tZemkm4-114" style="shape=tableRow;horizontal=0;startSize=0;swimlaneHead=0;swimlaneBody=0;top=0;left=0;bottom=0;right=0;collapsible=0;dropTarget=0;fillColor=none;points=[[0,0.5],[1,0.5]];portConstraint=eastwest;strokeColor=#457B9D;fontSize=16;labelBackgroundColor=none;fontColor=#1D3557;rounded=1;" value="" vertex="1">
          <mxGeometry height="30" width="180" y="90" as="geometry" />
        </mxCell>
        <mxCell id="VDJINIl23ddN00WfUO2x-14" parent="VDJINIl23ddN00WfUO2x-13" style="shape=partialRectangle;html=1;whiteSpace=wrap;connectable=0;fillColor=none;top=0;left=0;bottom=0;right=0;overflow=hidden;strokeColor=#457B9D;fontSize=16;labelBackgroundColor=none;fontColor=#1D3557;rounded=1;" value="" vertex="1">
          <mxGeometry height="30" width="40" as="geometry">
            <mxRectangle height="30" width="40" as="alternateBounds" />
          </mxGeometry>
        </mxCell>
        <mxCell id="VDJINIl23ddN00WfUO2x-15" parent="VDJINIl23ddN00WfUO2x-13" style="shape=partialRectangle;html=1;whiteSpace=wrap;connectable=0;fillColor=none;top=0;left=0;bottom=0;right=0;align=left;spacingLeft=6;overflow=hidden;strokeColor=#457B9D;fontSize=16;labelBackgroundColor=none;fontColor=#1D3557;rounded=1;" value="fecha" vertex="1">
          <mxGeometry height="30" width="140" x="40" as="geometry">
            <mxRectangle height="30" width="140" as="alternateBounds" />
          </mxGeometry>
        </mxCell>
        <mxCell id="FBgO6iseP9ge0tZemkm4-211" edge="1" parent="1" source="FBgO6iseP9ge0tZemkm4-127" style="edgeStyle=orthogonalEdgeStyle;rounded=1;orthogonalLoop=1;jettySize=auto;html=1;labelBackgroundColor=none;strokeColor=#457B9D;fontColor=default;" target="FBgO6iseP9ge0tZemkm4-114">
          <mxGeometry relative="1" as="geometry" />
        </mxCell>
        <mxCell id="FBgO6iseP9ge0tZemkm4-127" parent="1" style="rhombus;whiteSpace=wrap;html=1;fontSize=16;startSize=30;fontStyle=0;labelBackgroundColor=none;fillColor=#A8DADC;strokeColor=#457B9D;fontColor=#1D3557;rounded=1;" value="&lt;font style=&quot;font-size: 12px;&quot;&gt;ESCRIBE&lt;/font&gt;" vertex="1">
          <mxGeometry height="80" width="80" x="740" y="85" as="geometry" />
        </mxCell>
        <mxCell id="FBgO6iseP9ge0tZemkm4-146" parent="1" style="shape=table;startSize=30;container=1;collapsible=0;childLayout=tableLayout;fixedRows=1;rowLines=0;fontStyle=0;strokeColor=#457B9D;fontSize=16;labelBackgroundColor=none;fillColor=#A8DADC;fontColor=#1D3557;rounded=1;" value="VALORACION" vertex="1">
          <mxGeometry height="90" width="180" x="980" y="325" as="geometry" />
        </mxCell>
        <mxCell id="FBgO6iseP9ge0tZemkm4-147" parent="FBgO6iseP9ge0tZemkm4-146" style="shape=tableRow;horizontal=0;startSize=0;swimlaneHead=0;swimlaneBody=0;top=0;left=0;bottom=0;right=0;collapsible=0;dropTarget=0;fillColor=none;points=[[0,0.5],[1,0.5]];portConstraint=eastwest;strokeColor=#457B9D;fontSize=16;labelBackgroundColor=none;fontColor=#1D3557;rounded=1;" value="" vertex="1">
          <mxGeometry height="30" width="180" y="30" as="geometry" />
        </mxCell>
        <mxCell id="FBgO6iseP9ge0tZemkm4-148" parent="FBgO6iseP9ge0tZemkm4-147" style="shape=partialRectangle;html=1;whiteSpace=wrap;connectable=0;fillColor=none;top=0;left=0;bottom=0;right=0;overflow=hidden;pointerEvents=1;strokeColor=#457B9D;fontSize=16;labelBackgroundColor=none;fontColor=#1D3557;rounded=1;" value="PK" vertex="1">
          <mxGeometry height="30" width="40" as="geometry">
            <mxRectangle height="30" width="40" as="alternateBounds" />
          </mxGeometry>
        </mxCell>
        <mxCell id="FBgO6iseP9ge0tZemkm4-149" parent="FBgO6iseP9ge0tZemkm4-147" style="shape=partialRectangle;html=1;whiteSpace=wrap;connectable=0;fillColor=none;top=0;left=0;bottom=0;right=0;align=left;spacingLeft=6;overflow=hidden;strokeColor=#457B9D;fontSize=16;labelBackgroundColor=none;fontColor=#1D3557;rounded=1;" value="id_valoracion" vertex="1">
          <mxGeometry height="30" width="140" x="40" as="geometry">
            <mxRectangle height="30" width="140" as="alternateBounds" />
          </mxGeometry>
        </mxCell>
        <mxCell id="FBgO6iseP9ge0tZemkm4-150" parent="FBgO6iseP9ge0tZemkm4-146" style="shape=tableRow;horizontal=0;startSize=0;swimlaneHead=0;swimlaneBody=0;top=0;left=0;bottom=0;right=0;collapsible=0;dropTarget=0;fillColor=none;points=[[0,0.5],[1,0.5]];portConstraint=eastwest;strokeColor=#457B9D;fontSize=16;labelBackgroundColor=none;fontColor=#1D3557;rounded=1;" value="" vertex="1">
          <mxGeometry height="30" width="180" y="60" as="geometry" />
        </mxCell>
        <mxCell id="FBgO6iseP9ge0tZemkm4-151" parent="FBgO6iseP9ge0tZemkm4-150" style="shape=partialRectangle;html=1;whiteSpace=wrap;connectable=0;fillColor=none;top=0;left=0;bottom=0;right=0;overflow=hidden;strokeColor=#457B9D;fontSize=16;labelBackgroundColor=none;fontColor=#1D3557;rounded=1;" value="" vertex="1">
          <mxGeometry height="30" width="40" as="geometry">
            <mxRectangle height="30" width="40" as="alternateBounds" />
          </mxGeometry>
        </mxCell>
        <mxCell id="FBgO6iseP9ge0tZemkm4-152" parent="FBgO6iseP9ge0tZemkm4-150" style="shape=partialRectangle;html=1;whiteSpace=wrap;connectable=0;fillColor=none;top=0;left=0;bottom=0;right=0;align=left;spacingLeft=6;overflow=hidden;strokeColor=#457B9D;fontSize=16;labelBackgroundColor=none;fontColor=#1D3557;rounded=1;" value="puntuacion" vertex="1">
          <mxGeometry height="30" width="140" x="40" as="geometry">
            <mxRectangle height="30" width="140" as="alternateBounds" />
          </mxGeometry>
        </mxCell>
        <mxCell id="FBgO6iseP9ge0tZemkm4-215" edge="1" parent="1" source="FBgO6iseP9ge0tZemkm4-179" style="edgeStyle=orthogonalEdgeStyle;rounded=1;orthogonalLoop=1;jettySize=auto;html=1;labelBackgroundColor=none;strokeColor=#457B9D;fontColor=default;" target="FBgO6iseP9ge0tZemkm4-146">
          <mxGeometry relative="1" as="geometry" />
        </mxCell>
        <mxCell id="FBgO6iseP9ge0tZemkm4-179" parent="1" style="rhombus;whiteSpace=wrap;html=1;labelBackgroundColor=none;fillColor=#A8DADC;strokeColor=#457B9D;fontColor=#1D3557;rounded=1;" value="OBTIENE" vertex="1">
          <mxGeometry height="80" width="80" x="870" y="485" as="geometry" />
        </mxCell>
        <mxCell id="FBgO6iseP9ge0tZemkm4-240" parent="1" style="text;html=1;whiteSpace=wrap;strokeColor=none;fillColor=none;align=center;verticalAlign=middle;rounded=1;labelBackgroundColor=none;fontColor=#1D3557;" value="&lt;font style=&quot;font-size: 15px;&quot;&gt;1:N&lt;/font&gt;" vertex="1">
          <mxGeometry height="30" width="60" x="560" y="235" as="geometry" />
        </mxCell>
        <mxCell id="FBgO6iseP9ge0tZemkm4-241" parent="1" style="text;html=1;whiteSpace=wrap;strokeColor=none;fillColor=none;align=center;verticalAlign=middle;rounded=1;labelBackgroundColor=none;fontColor=#1D3557;" value="&lt;font style=&quot;font-size: 15px;&quot;&gt;1:N&lt;/font&gt;" vertex="1">
          <mxGeometry height="30" width="60" x="810" y="110" as="geometry" />
        </mxCell>
        <mxCell id="FBgO6iseP9ge0tZemkm4-242" parent="1" style="text;html=1;whiteSpace=wrap;strokeColor=none;fillColor=none;align=center;verticalAlign=middle;rounded=1;labelBackgroundColor=none;fontColor=#1D3557;" value="&lt;font style=&quot;font-size: 15px;&quot;&gt;1:N&lt;/font&gt;" vertex="1">
-           <mxGeometry height="30" width="60" x="120" y="335" as="geometry" />
+           <mxGeometry height="30" width="60" x="130" y="335" as="geometry" />
        </mxCell>
        <mxCell id="FBgO6iseP9ge0tZemkm4-244" parent="1" style="text;html=1;whiteSpace=wrap;strokeColor=none;fillColor=none;align=center;verticalAlign=middle;rounded=1;labelBackgroundColor=none;fontColor=#1D3557;" value="&lt;font style=&quot;font-size: 15px;&quot;&gt;1:N&lt;/font&gt;" vertex="1">
          <mxGeometry height="30" width="60" x="440" y="690" as="geometry" />
        </mxCell>
        <mxCell id="kZ7WcGJHyFR1SIDrdiF--4" edge="1" parent="1" source="kZ7WcGJHyFR1SIDrdiF--2" style="edgeStyle=orthogonalEdgeStyle;rounded=1;orthogonalLoop=1;jettySize=auto;html=1;labelBackgroundColor=none;strokeColor=#457B9D;fontColor=default;" target="FBgO6iseP9ge0tZemkm4-146">
          <mxGeometry relative="1" as="geometry" />
        </mxCell>
        <mxCell id="kZ7WcGJHyFR1SIDrdiF--2" parent="1" style="rhombus;whiteSpace=wrap;html=1;fontSize=16;fillColor=#A8DADC;strokeColor=#457B9D;fontColor=#1D3557;startSize=30;fontStyle=0;labelBackgroundColor=none;rounded=1;" value="&lt;span style=&quot;font-size: 12px;&quot;&gt;REALIZA&lt;/span&gt;" vertex="1">
          <mxGeometry height="80" width="80" x="1030" y="130" as="geometry" />
        </mxCell>
        <mxCell id="kZ7WcGJHyFR1SIDrdiF--5" parent="1" style="text;html=1;whiteSpace=wrap;strokeColor=none;fillColor=none;align=center;verticalAlign=middle;rounded=1;labelBackgroundColor=none;fontColor=#1D3557;" value="&lt;font style=&quot;font-size: 15px;&quot;&gt;1:N&lt;/font&gt;" vertex="1">
          <mxGeometry height="30" width="60" x="980" y="155" as="geometry" />
        </mxCell>
        <mxCell id="MxZbsdBwbGWVuQCQ6bTP-27" edge="1" parent="1" source="VDJINIl23ddN00WfUO2x-2" style="edgeStyle=orthogonalEdgeStyle;rounded=0;orthogonalLoop=1;jettySize=auto;html=1;strokeColor=#457B9D;fontColor=#1D3557;fillColor=#A8DADC;" target="FBgO6iseP9ge0tZemkm4-114">
          <mxGeometry relative="1" as="geometry" />
        </mxCell>
        <mxCell id="VDJINIl23ddN00WfUO2x-2" parent="1" style="rhombus;whiteSpace=wrap;html=1;fontSize=16;fillColor=#A8DADC;strokeColor=#457B9D;fontColor=#1D3557;startSize=30;fontStyle=0;labelBackgroundColor=none;rounded=1;" value="&lt;span style=&quot;font-size: 12px;&quot;&gt;TIENE&lt;/span&gt;" vertex="1">
          <mxGeometry height="80" width="80" x="740" y="390" as="geometry" />
        </mxCell>
        <mxCell id="VDJINIl23ddN00WfUO2x-7" parent="1" style="text;html=1;whiteSpace=wrap;strokeColor=none;fillColor=none;align=center;verticalAlign=middle;rounded=1;labelBackgroundColor=none;fontColor=#1D3557;" value="&lt;font style=&quot;font-size: 15px;&quot;&gt;1:N&lt;/font&gt;" vertex="1">
          <mxGeometry height="30" width="60" x="880" y="560" as="geometry" />
        </mxCell>
        <mxCell id="VDJINIl23ddN00WfUO2x-8" parent="1" style="text;html=1;whiteSpace=wrap;strokeColor=none;fillColor=none;align=center;verticalAlign=middle;rounded=1;labelBackgroundColor=none;fontColor=#1D3557;" value="&lt;font style=&quot;font-size: 15px;&quot;&gt;1:N&lt;/font&gt;" vertex="1">
          <mxGeometry height="30" width="60" x="810" y="415" as="geometry" />
        </mxCell>
        <mxCell id="VDJINIl23ddN00WfUO2x-17" edge="1" parent="1" source="FBgO6iseP9ge0tZemkm4-35" style="edgeStyle=orthogonalEdgeStyle;rounded=1;orthogonalLoop=1;jettySize=auto;html=1;strokeColor=#457B9D;fontColor=default;fillColor=#A8DADC;labelBackgroundColor=none;" target="kZ7WcGJHyFR1SIDrdiF--2">
          <mxGeometry relative="1" as="geometry" />
        </mxCell>
        <mxCell id="VDJINIl23ddN00WfUO2x-18" edge="1" parent="1" source="FBgO6iseP9ge0tZemkm4-41" style="edgeStyle=orthogonalEdgeStyle;rounded=1;orthogonalLoop=1;jettySize=auto;html=1;strokeColor=#457B9D;fontColor=default;fillColor=#A8DADC;labelBackgroundColor=none;" target="FBgO6iseP9ge0tZemkm4-127">
          <mxGeometry relative="1" as="geometry" />
        </mxCell>
        <mxCell id="VDJINIl23ddN00WfUO2x-19" edge="1" parent="1" source="VDJINIl23ddN00WfUO2x-8" style="edgeStyle=orthogonalEdgeStyle;rounded=1;orthogonalLoop=1;jettySize=auto;html=1;exitX=0.5;exitY=1;exitDx=0;exitDy=0;strokeColor=#457B9D;fontColor=default;fillColor=#A8DADC;labelBackgroundColor=none;" target="VDJINIl23ddN00WfUO2x-8">
          <mxGeometry relative="1" as="geometry" />
        </mxCell>
        <mxCell id="MxZbsdBwbGWVuQCQ6bTP-20" edge="1" parent="1" source="FBgO6iseP9ge0tZemkm4-94" style="edgeStyle=orthogonalEdgeStyle;rounded=0;orthogonalLoop=1;jettySize=auto;html=1;strokeColor=#457B9D;fontColor=#1D3557;fillColor=#A8DADC;" target="FBgO6iseP9ge0tZemkm4-179">
          <mxGeometry relative="1" as="geometry" />
        </mxCell>
        <mxCell id="MxZbsdBwbGWVuQCQ6bTP-36" edge="1" parent="1" source="MxZbsdBwbGWVuQCQ6bTP-34" style="edgeStyle=orthogonalEdgeStyle;rounded=0;orthogonalLoop=1;jettySize=auto;html=1;strokeColor=#457B9D;fontColor=#1D3557;fillColor=#A8DADC;" target="FBgO6iseP9ge0tZemkm4-88">
          <mxGeometry relative="1" as="geometry" />
        </mxCell>
        <mxCell id="MxZbsdBwbGWVuQCQ6bTP-34" parent="1" style="rhombus;whiteSpace=wrap;html=1;fontSize=16;fillColor=#A8DADC;strokeColor=#457B9D;fontColor=#1D3557;startSize=30;fontStyle=0;labelBackgroundColor=none;rounded=1;" value="&lt;font style=&quot;font-size: 11px;&quot;&gt;DESCARGA&lt;/font&gt;" vertex="1">
          <mxGeometry height="80" width="80" x="180" y="310" as="geometry" />
        </mxCell>
      </root>
    </mxGraphModel>
  </diagram>
</mxfile>
